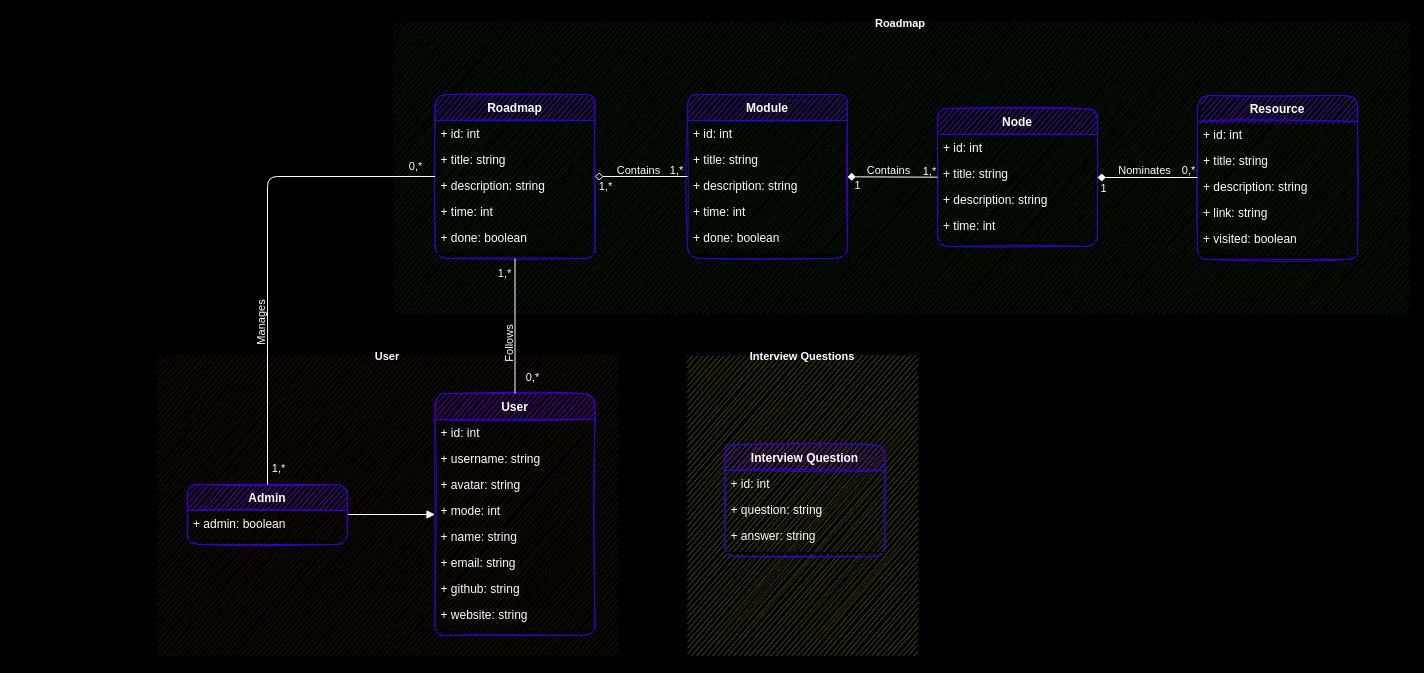
aymenBenadra/DevQuests keeps this draw.io diagram as Modelization/class diagram.drawio. Above is the earlier version. Source tidied: cells renumbered, new cells numbered last; positions are measured from the earlier drawing's top-left corner, leaving out a move shared by most shapes. Both pictures are drawn from the tidied source at 100%, with x=0, y=0 at pixel (157, 22).
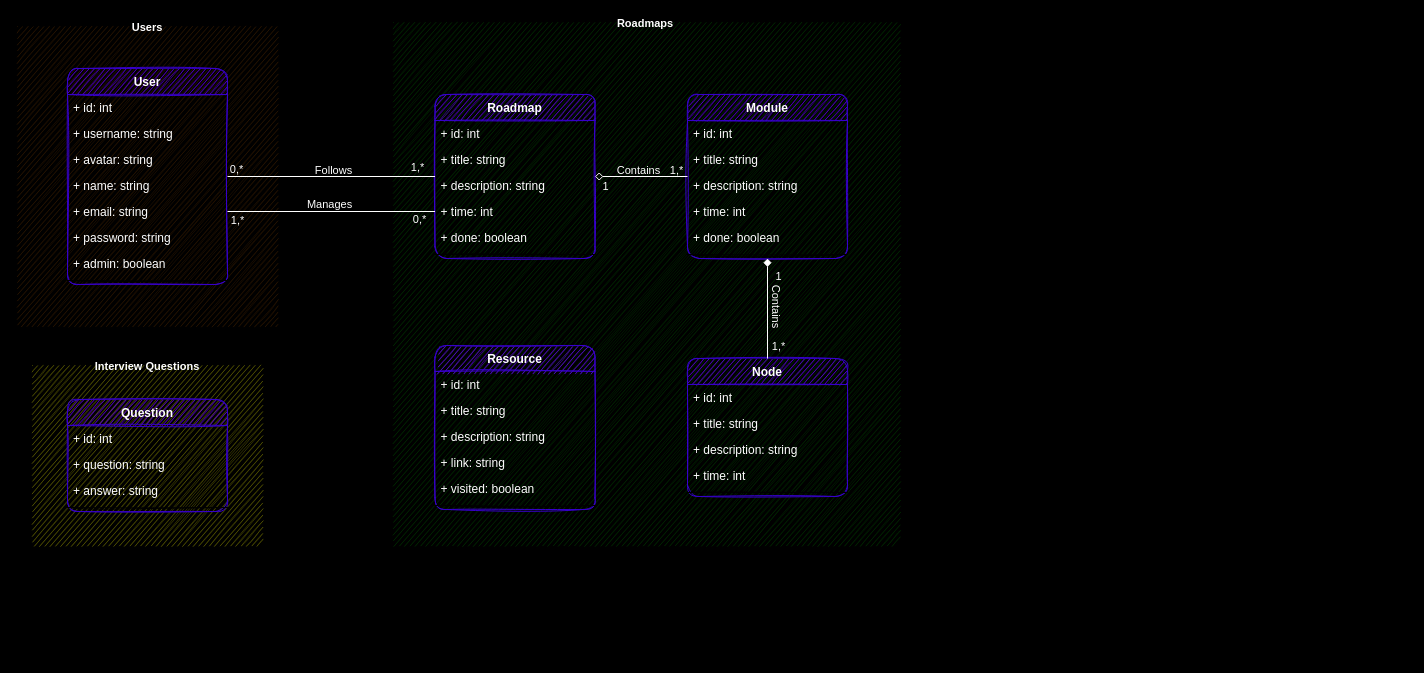
The same page after the edit.

Commit message (it also covers changes not shown here):
Changed Class Diagram to make it clearer

Unchanged cells that the change refers to:
```xml
<mxCell id="38" style="edgeStyle=none;html=1;endArrow=none;endFill=0;startArrow=diamond;startFill=1;fontColor=#FFFFFF;rounded=1;sketch=0;labelBorderColor=none;strokeColor=#FFFFFF;" parent="17" edge="1" source="25" target="32">
  <mxGeometry relative="1" as="geometry" />
</mxCell>
<mxCell id="46" value="Roadmap" style="swimlane;fontStyle=1;align=center;verticalAlign=top;horizontal=1;startSize=26;fillColor=#6a00ff;fontColor=#FFFFFF;rounded=1;sketch=1;labelBorderColor=none;labelBackgroundColor=none;strokeColor=#3700CC;" parent="17" vertex="1">
  <mxGeometry x="41.5" y="72" width="160" height="164" as="geometry" />
</mxCell>
<mxCell id="50" value="+ time: int" style="text;strokeColor=none;fillColor=none;align=left;verticalAlign=top;spacingLeft=4;spacingRight=4;overflow=hidden;points=[[0,0.5],[1,0.5]];portConstraint=eastwest;fontColor=#FFFFFF;rounded=1;sketch=1;labelBorderColor=none;" parent="46" vertex="1">
  <mxGeometry y="104" width="160" height="26" as="geometry" />
</mxCell>
<mxCell id="53" style="edgeStyle=none;html=1;endArrow=none;endFill=0;startArrow=diamond;startFill=0;fontColor=#FFFFFF;rounded=1;sketch=0;labelBorderColor=none;strokeColor=#FFFFFF;" parent="17" edge="1" source="46" target="25">
  <mxGeometry relative="1" as="geometry" />
</mxCell>
<mxCell id="57" style="edgeStyle=none;html=1;endArrow=none;endFill=0;startArrow=none;startFill=0;fontColor=#FFFFFF;rounded=1;sketch=0;labelBorderColor=none;strokeColor=#FFFFFF;" parent="1" edge="1" source="46" target="3">
  <mxGeometry relative="1" as="geometry" />
</mxCell>
```

The edit, as a diff of the source:
```diff
@@
-    <mxCell id="2" value="User" style="swimlane;startSize=0;rounded=1;shadow=0;glass=0;labelBackgroundColor=none;comic=0;fontSize=11;strokeColor=none;fillColor=none;gradientDirection=north;fontColor=#FFFFFF;swimlaneFillColor=#331A00;sketch=1;labelBorderColor=none;" parent="1" vertex="1">
-      <mxGeometry y="333" width="460" height="300" as="geometry" />
+    <mxCell id="2" value="Users" style="swimlane;startSize=0;rounded=1;shadow=0;glass=0;labelBackgroundColor=none;comic=0;fontSize=11;strokeColor=none;fillColor=none;gradientDirection=north;fontColor=#FFFFFF;swimlaneFillColor=#331A00;sketch=1;labelBorderColor=none;" parent="1" vertex="1">
+      <mxGeometry x="-140" y="4" width="260" height="300" as="geometry" />
     </mxCell>
     <mxCell id="3" value="User" style="swimlane;fontStyle=1;align=center;verticalAlign=top;horizontal=1;startSize=26;fillColor=#6a00ff;fontColor=#FFFFFF;rounded=1;sketch=1;labelBorderColor=none;strokeColor=#3700CC;" parent="2" vertex="1">
-      <mxGeometry x="277.5" y="38" width="160" height="242" as="geometry" />
+      <mxGeometry x="50" y="42" width="160" height="216" as="geometry" />
     </mxCell>
@@
-    <mxCell id="7" value="+ mode: int" style="text;strokeColor=none;fillColor=none;align=left;verticalAlign=top;spacingLeft=4;spacingRight=4;overflow=hidden;fontColor=#FFFFFF;rounded=1;sketch=1;labelBorderColor=none;" parent="3" vertex="1">
-      <mxGeometry y="104" width="160" height="26" as="geometry" />
-    </mxCell>
     <mxCell id="8" value="+ name: string" style="text;strokeColor=none;fillColor=none;align=left;verticalAlign=top;spacingLeft=4;spacingRight=4;overflow=hidden;fontColor=#FFFFFF;rounded=1;sketch=1;labelBorderColor=none;" parent="3" vertex="1">
-      <mxGeometry y="130" width="160" height="26" as="geometry" />
+      <mxGeometry y="104" width="160" height="26" as="geometry" />
     </mxCell>
     <mxCell id="9" value="+ email: string" style="text;strokeColor=none;fillColor=none;align=left;verticalAlign=top;spacingLeft=4;spacingRight=4;overflow=hidden;points=[[0,0.5],[1,0.5]];portConstraint=eastwest;fontColor=#FFFFFF;rounded=1;sketch=1;labelBorderColor=none;" parent="3" vertex="1">
-      <mxGeometry y="156" width="160" height="26" as="geometry" />
+      <mxGeometry y="130" width="160" height="26" as="geometry" />
     </mxCell>
-    <mxCell id="10" value="+ github: string" style="text;strokeColor=none;fillColor=none;align=left;verticalAlign=top;spacingLeft=4;spacingRight=4;overflow=hidden;fontColor=#FFFFFF;rounded=1;sketch=1;labelBorderColor=none;" parent="3" vertex="1">
-      <mxGeometry y="182" width="160" height="26" as="geometry" />
+    <mxCell id="10" value="+ password: string" style="text;strokeColor=none;fillColor=none;align=left;verticalAlign=top;spacingLeft=4;spacingRight=4;overflow=hidden;fontColor=#FFFFFF;rounded=1;sketch=1;labelBorderColor=none;" parent="3" vertex="1">
+      <mxGeometry y="156" width="160" height="26" as="geometry" />
     </mxCell>
-    <mxCell id="11" value="+ website: string" style="text;strokeColor=none;fillColor=none;align=left;verticalAlign=top;spacingLeft=4;spacingRight=4;overflow=hidden;fontColor=#FFFFFF;rounded=1;sketch=1;labelBorderColor=none;" parent="3" vertex="1">
-      <mxGeometry y="208" width="160" height="26" as="geometry" />
-    </mxCell>
+    <mxCell id="15" value="+ admin: boolean" style="text;strokeColor=none;fillColor=none;align=left;verticalAlign=top;spacingLeft=4;spacingRight=4;overflow=hidden;fontColor=#FFFFFF;rounded=1;sketch=1;labelBorderColor=none;" parent="3" vertex="1">
+      <mxGeometry y="182" width="160" height="26" as="geometry" />
+    </mxCell>
     <mxCell id="12" style="line;strokeWidth=1;fillColor=none;align=left;verticalAlign=middle;spacingTop=-1;spacingLeft=3;spacingRight=3;labelPosition=right;fontColor=#FFFFFF;rounded=1;sketch=1;labelBorderColor=none;" parent="3" vertex="1">
-      <mxGeometry y="234" width="160" height="8" as="geometry" />
+      <mxGeometry y="208" width="160" height="8" as="geometry" />
     </mxCell>
-    <mxCell id="13" style="edgeStyle=none;html=1;fontSize=11;startArrow=none;startFill=0;endArrow=block;endFill=1;fontColor=#FFFFFF;rounded=1;sketch=0;labelBorderColor=none;strokeColor=#FFFFFF;" parent="2" edge="1" source="14" target="3">
-      <mxGeometry relative="1" as="geometry" />
-    </mxCell>
-    <mxCell id="14" value="Admin" style="swimlane;fontStyle=1;align=center;verticalAlign=top;horizontal=1;startSize=26;fillColor=#6a00ff;fontColor=#FFFFFF;rounded=1;sketch=1;labelBorderColor=none;strokeColor=#3700CC;" parent="2" vertex="1">
-      <mxGeometry x="30" y="129" width="160" height="60" as="geometry" />
-    </mxCell>
-    <mxCell id="15" value="+ admin: boolean" style="text;strokeColor=none;fillColor=none;align=left;verticalAlign=top;spacingLeft=4;spacingRight=4;overflow=hidden;fontColor=#FFFFFF;rounded=1;sketch=1;labelBorderColor=none;" parent="14" vertex="1">
-      <mxGeometry y="26" width="160" height="26" as="geometry" />
-    </mxCell>
-    <mxCell id="16" style="line;strokeWidth=1;fillColor=none;align=left;verticalAlign=middle;spacingTop=-1;spacingLeft=3;spacingRight=3;labelPosition=right;fontColor=#FFFFFF;rounded=1;sketch=1;labelBorderColor=none;" parent="14" vertex="1">
-      <mxGeometry y="52" width="160" height="8" as="geometry" />
-    </mxCell>
-    <mxCell id="17" value="Roadmap" style="swimlane;startSize=0;rounded=1;shadow=0;glass=0;labelBackgroundColor=none;comic=0;fontSize=11;strokeColor=none;fillColor=none;gradientColor=none;gradientDirection=north;swimlaneFillColor=#003300;fontColor=#FFFFFF;sketch=1;labelBorderColor=none;" parent="1" vertex="1">
-      <mxGeometry x="236" width="1014" height="290" as="geometry" />
+    <mxCell id="17" value="Roadmaps" style="swimlane;startSize=0;rounded=1;shadow=0;glass=0;labelBackgroundColor=none;comic=0;fontSize=11;strokeColor=none;fillColor=none;gradientColor=none;gradientDirection=north;swimlaneFillColor=#003300;fontColor=#FFFFFF;sketch=1;labelBorderColor=none;" parent="1" vertex="1">
+      <mxGeometry x="236" width="504" height="523" as="geometry" />
     </mxCell>
     <mxCell id="18" value="Resource" style="swimlane;fontStyle=1;align=center;verticalAlign=top;horizontal=1;startSize=26;fillColor=#6a00ff;fontColor=#FFFFFF;rounded=1;sketch=1;labelBorderColor=none;strokeColor=#3700CC;" parent="17" vertex="1">
-      <mxGeometry x="804" y="73" width="160" height="164" as="geometry" />
+      <mxGeometry x="41.5" y="323" width="160" height="164" as="geometry" />
     </mxCell>
@@
     <mxCell id="32" value="Node" style="swimlane;fontStyle=1;align=center;verticalAlign=top;horizontal=1;startSize=26;fillColor=#6a00ff;fontColor=#FFFFFF;rounded=1;sketch=1;labelBorderColor=none;strokeColor=#3700CC;" parent="17" vertex="1">
-      <mxGeometry x="544" y="86" width="160" height="138" as="geometry" />
+      <mxGeometry x="294" y="336" width="160" height="138" as="geometry" />
     </mxCell>
@@
-    <mxCell id="39" value="Contains" style="edgeLabel;html=1;align=center;verticalAlign=middle;labelBackgroundColor=none;fontColor=#FFFFFF;rounded=1;sketch=1;labelBorderColor=none;" parent="38" vertex="1">
+    <mxCell id="39" value="Contains" style="edgeLabel;html=1;align=center;verticalAlign=middle;labelBackgroundColor=none;fontColor=#FFFFFF;rounded=1;sketch=1;labelBorderColor=none;rotation=90;" parent="38" vertex="1">
       <mxGeometry x="0.46" y="4" relative="1" as="geometry">
-        <mxPoint x="-26" y="-3" as="offset" />
+        <mxPoint x="6" y="-26" as="offset" />
       </mxGeometry>
     </mxCell>
     <mxCell id="40" value="1" style="edgeLabel;html=1;align=center;verticalAlign=middle;fontSize=11;labelBackgroundColor=none;fontColor=#FFFFFF;rounded=1;sketch=1;labelBorderColor=none;" parent="38" vertex="1">
       <mxGeometry x="-0.81" relative="1" as="geometry">
-        <mxPoint x="1" y="8" as="offset" />
+        <mxPoint x="10" y="8" as="offset" />
       </mxGeometry>
     </mxCell>
     <mxCell id="41" value="1,*" style="edgeLabel;html=1;align=center;verticalAlign=middle;fontSize=11;labelBackgroundColor=none;fontColor=#FFFFFF;rounded=1;sketch=1;labelBorderColor=none;" parent="38" vertex="1">
       <mxGeometry x="0.76" y="1" relative="1" as="geometry">
-        <mxPoint x="2" y="-5" as="offset" />
+        <mxPoint x="9" y="-1" as="offset" />
       </mxGeometry>
     </mxCell>
-    <mxCell id="42" style="edgeStyle=none;html=1;endArrow=none;endFill=0;startArrow=diamond;startFill=1;fontColor=#FFFFFF;rounded=1;sketch=0;labelBorderColor=none;strokeColor=#FFFFFF;" parent="17" edge="1" source="32" target="18">
-      <mxGeometry relative="1" as="geometry" />
-    </mxCell>
-    <mxCell id="43" value="Nominates" style="edgeLabel;html=1;align=center;verticalAlign=middle;labelBackgroundColor=none;fontColor=#FFFFFF;rounded=1;sketch=1;labelBorderColor=none;" parent="42" vertex="1">
-      <mxGeometry x="0.46" y="4" relative="1" as="geometry">
-        <mxPoint x="-27" y="-4" as="offset" />
-      </mxGeometry>
-    </mxCell>
-    <mxCell id="44" value="1" style="edgeLabel;html=1;align=center;verticalAlign=middle;fontSize=11;labelBackgroundColor=none;fontColor=#FFFFFF;rounded=1;sketch=1;labelBorderColor=none;" parent="42" vertex="1">
-      <mxGeometry x="-0.81" relative="1" as="geometry">
-        <mxPoint x="-4" y="10" as="offset" />
-      </mxGeometry>
-    </mxCell>
-    <mxCell id="45" value="0,*" style="edgeLabel;html=1;align=center;verticalAlign=middle;fontSize=11;labelBackgroundColor=none;fontColor=#FFFFFF;rounded=1;sketch=1;labelBorderColor=none;" parent="42" vertex="1">
-      <mxGeometry x="0.76" y="1" relative="1" as="geometry">
-        <mxPoint x="2" y="-7" as="offset" />
-      </mxGeometry>
-    </mxCell>
@@
-    <mxCell id="55" value="1,*" style="edgeLabel;html=1;align=center;verticalAlign=middle;fontSize=11;labelBackgroundColor=none;fontColor=#FFFFFF;rounded=1;sketch=1;labelBorderColor=none;" parent="53" vertex="1">
+    <mxCell id="55" value="1" style="edgeLabel;html=1;align=center;verticalAlign=middle;fontSize=11;labelBackgroundColor=none;fontColor=#FFFFFF;rounded=1;sketch=1;labelBorderColor=none;" parent="53" vertex="1">
       <mxGeometry x="-0.81" relative="1" as="geometry">
         <mxPoint x="1" y="9" as="offset" />
       </mxGeometry>
     </mxCell>
@@
-    <mxCell id="58" value="Follows" style="edgeLabel;html=1;align=center;verticalAlign=middle;labelBackgroundColor=none;rotation=-90;fontColor=#FFFFFF;rounded=1;sketch=1;labelBorderColor=none;" parent="57" vertex="1">
+    <mxCell id="58" value="Follows" style="edgeLabel;html=1;align=center;verticalAlign=middle;labelBackgroundColor=none;rotation=0;fontColor=#FFFFFF;rounded=1;sketch=1;labelBorderColor=none;" parent="57" vertex="1">
       <mxGeometry x="0.46" y="4" relative="1" as="geometry">
-        <mxPoint x="-11" y="-13" as="offset" />
+        <mxPoint x="49" y="-11" as="offset" />
       </mxGeometry>
     </mxCell>
     <mxCell id="59" value="1,*" style="edgeLabel;html=1;align=center;verticalAlign=middle;fontSize=11;labelBackgroundColor=none;fontColor=#FFFFFF;rounded=1;sketch=1;labelBorderColor=none;" parent="57" vertex="1">
       <mxGeometry x="-0.81" relative="1" as="geometry">
-        <mxPoint x="-11" y="1" as="offset" />
+        <mxPoint x="2" y="-10" as="offset" />
       </mxGeometry>
     </mxCell>
     <mxCell id="60" value="0,*" style="edgeLabel;html=1;align=center;verticalAlign=middle;fontSize=11;labelBackgroundColor=none;fontColor=#FFFFFF;rounded=1;sketch=1;labelBorderColor=none;" parent="57" vertex="1">
       <mxGeometry x="0.76" y="1" relative="1" as="geometry">
-        <mxPoint x="16" y="-1" as="offset" />
+        <mxPoint x="-16" y="-9" as="offset" />
       </mxGeometry>
     </mxCell>
-    <mxCell id="61" style="edgeStyle=none;html=1;endArrow=none;endFill=0;startArrow=none;startFill=0;fontColor=#FFFFFF;rounded=1;sketch=0;labelBorderColor=none;strokeColor=#FFFFFF;" parent="1" edge="1" source="46" target="14">
-      <mxGeometry relative="1" as="geometry">
-        <Array as="points">
-          <mxPoint x="110" y="154" />
-        </Array>
-      </mxGeometry>
+    <mxCell id="61" style="edgeStyle=none;html=1;endArrow=none;endFill=0;startArrow=none;startFill=0;fontColor=#FFFFFF;rounded=1;sketch=0;labelBorderColor=none;strokeColor=#FFFFFF;exitX=0;exitY=0.5;exitDx=0;exitDy=0;entryX=1;entryY=0.5;entryDx=0;entryDy=0;" parent="1" edge="1" source="50" target="9">
+      <mxGeometry relative="1" as="geometry" />
     </mxCell>
-    <mxCell id="62" value="Manages" style="edgeLabel;html=1;align=center;verticalAlign=middle;labelBackgroundColor=none;rotation=-90;fontColor=#FFFFFF;rounded=1;sketch=1;labelBorderColor=none;" parent="61" vertex="1">
+    <mxCell id="62" value="Manages" style="edgeLabel;html=1;align=center;verticalAlign=middle;labelBackgroundColor=none;rotation=0;fontColor=#FFFFFF;rounded=1;sketch=1;labelBorderColor=none;" parent="61" vertex="1">
       <mxGeometry x="0.46" y="4" relative="1" as="geometry">
-        <mxPoint x="-11" y="-32" as="offset" />
+        <mxPoint x="45" y="-12" as="offset" />
       </mxGeometry>
     </mxCell>
     <mxCell id="63" value="0,*" style="edgeLabel;html=1;align=center;verticalAlign=middle;fontSize=11;labelBackgroundColor=none;fontColor=#FFFFFF;rounded=1;sketch=1;labelBorderColor=none;" parent="61" vertex="1">
       <mxGeometry x="-0.81" relative="1" as="geometry">
-        <mxPoint x="25" y="-11" as="offset" />
+        <mxPoint x="4" y="7" as="offset" />
       </mxGeometry>
     </mxCell>
     <mxCell id="64" value="1,*" style="edgeLabel;html=1;align=center;verticalAlign=middle;fontSize=11;labelBackgroundColor=none;fontColor=#FFFFFF;rounded=1;sketch=1;labelBorderColor=none;" parent="61" vertex="1">
       <mxGeometry x="0.76" y="1" relative="1" as="geometry">
-        <mxPoint x="9" y="41" as="offset" />
+        <mxPoint x="-15" y="7" as="offset" />
       </mxGeometry>
     </mxCell>
     <mxCell id="65" value="Interview Questions" style="swimlane;startSize=0;rounded=1;shadow=0;glass=0;labelBackgroundColor=none;comic=0;fontSize=11;strokeColor=none;fillColor=none;gradientColor=none;gradientDirection=north;swimlaneFillColor=#666600;fontColor=#FFFFFF;sketch=1;labelBorderColor=none;" parent="1" vertex="1">
-      <mxGeometry x="530" y="333" width="230" height="300" as="geometry" />
+      <mxGeometry x="-125" y="343" width="230" height="180" as="geometry" />
     </mxCell>
-    <mxCell id="66" value="Interview Question" style="swimlane;fontStyle=1;align=center;verticalAlign=top;horizontal=1;startSize=26;fillColor=#6a00ff;fontColor=#FFFFFF;rounded=1;sketch=1;labelBorderColor=none;labelBackgroundColor=none;strokeColor=#3700CC;" parent="65" vertex="1">
-      <mxGeometry x="37.5" y="89" width="160" height="112" as="geometry" />
+    <mxCell id="66" value="Question" style="swimlane;fontStyle=1;align=center;verticalAlign=top;horizontal=1;startSize=26;fillColor=#6a00ff;fontColor=#FFFFFF;rounded=1;sketch=1;labelBorderColor=none;labelBackgroundColor=none;strokeColor=#3700CC;" parent="65" vertex="1">
+      <mxGeometry x="35" y="34" width="160" height="112" as="geometry" />
     </mxCell>
```
